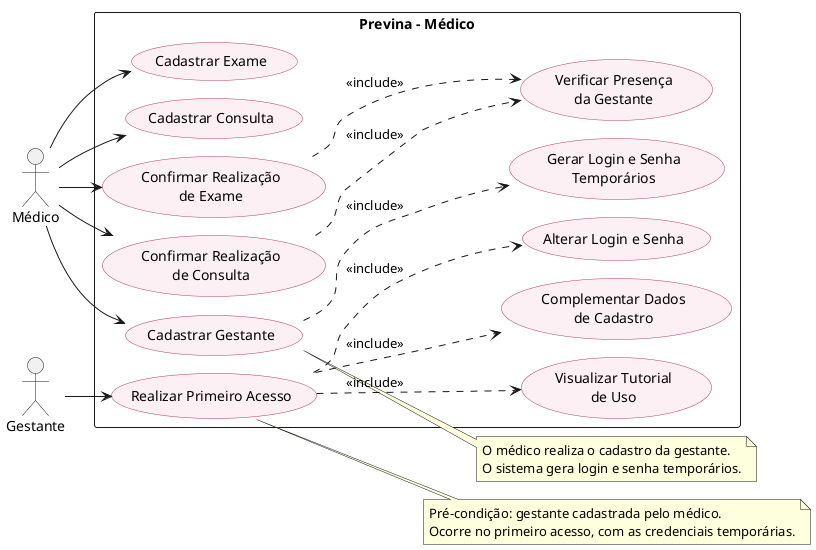
The PlantUML diagram docs/use-cases/medico/medico.png in CozyShelf/previna-backend, before a commit.
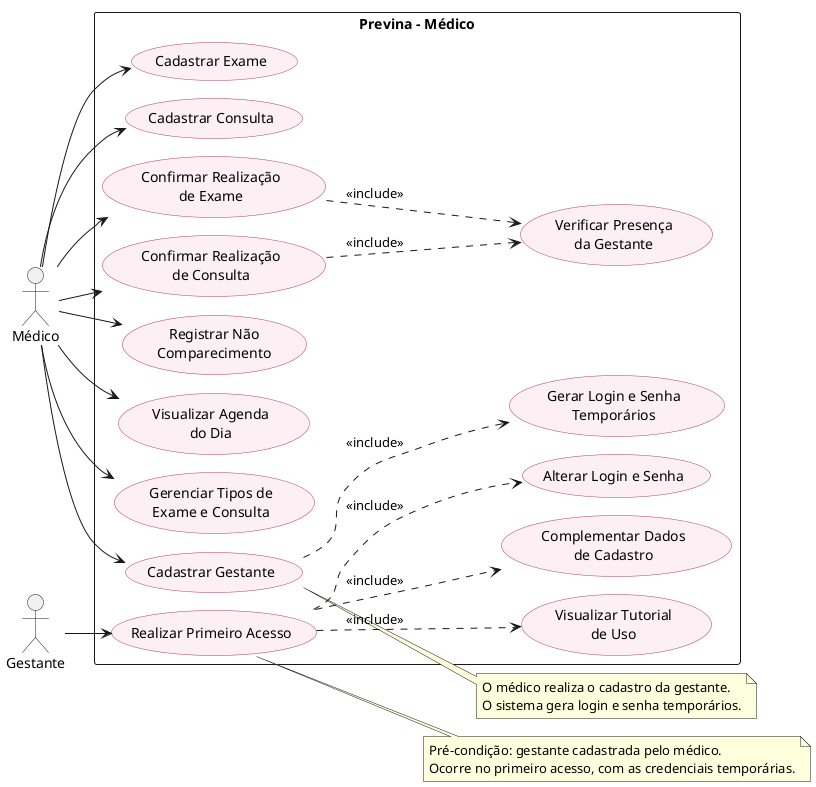
Above is the later version.

Change to the diagram source:
```diff
@@ -14,6 +14,9 @@
   usecase "Cadastrar Consulta" as CadastrarConsulta
   usecase "Confirmar Realização\nde Exame" as ConfirmarExame
   usecase "Confirmar Realização\nde Consulta" as ConfirmarConsulta
+  usecase "Registrar Não\nComparecimento" as NaoCompareceu
+  usecase "Visualizar Agenda\ndo Dia" as AgendaDia
+  usecase "Gerenciar Tipos de\nExame e Consulta" as GerenciarTipos
   usecase "Cadastrar Gestante" as CadastrarGestante
   usecase "Realizar Primeiro Acesso" as PrimeiroAcesso
   usecase "Verificar Presença\nda Gestante" as VerificarPresenca
@@ -27,6 +30,9 @@
 Medico --> CadastrarConsulta
 Medico --> ConfirmarExame
 Medico --> ConfirmarConsulta
+Medico --> NaoCompareceu
+Medico --> AgendaDia
+Medico --> GerenciarTipos
 Medico --> CadastrarGestante
 Gestante --> PrimeiroAcesso
 
```
